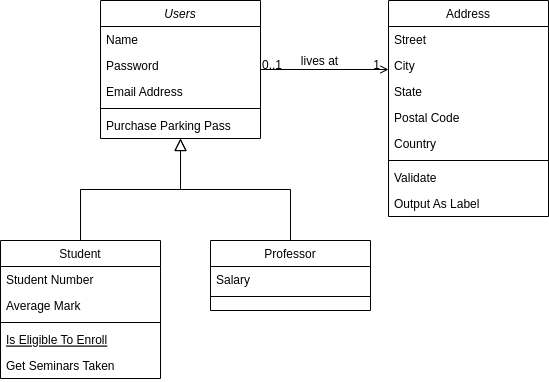
Before: Netflix_class_Diagram.drawio.png, a diagram exported from draw.io (CODEr-SaNjU/system_design_pattern). Source tidied: cells renumbered, new cells last; positions are measured from the earlier drawing's top-left corner, leaving out a move shared by most shapes. Its diagram source:
```xml
<mxGraphModel>
  <root>
    <mxCell id="0" />
    <mxCell id="1" parent="0" />
    <mxCell id="2" value="Users" style="swimlane;fontStyle=2;align=center;verticalAlign=top;horizontal=1;startSize=26;rounded=0;shadow=0;strokeWidth=1;" parent="1" vertex="1">
      <mxGeometry x="100" width="160" height="138" as="geometry" />
    </mxCell>
    <mxCell id="3" value="Name" style="text;align=left;verticalAlign=top;spacingLeft=4;spacingRight=4;overflow=hidden;" parent="2" vertex="1">
      <mxGeometry y="26" width="160" height="26" as="geometry" />
    </mxCell>
    <mxCell id="4" value="Password" style="text;align=left;verticalAlign=top;spacingLeft=4;spacingRight=4;overflow=hidden;rounded=0;shadow=0;html=0;" parent="2" vertex="1">
      <mxGeometry y="52" width="160" height="26" as="geometry" />
    </mxCell>
    <mxCell id="5" value="Email Address" style="text;align=left;verticalAlign=top;spacingLeft=4;spacingRight=4;overflow=hidden;rounded=0;shadow=0;html=0;" parent="2" vertex="1">
      <mxGeometry y="78" width="160" height="26" as="geometry" />
    </mxCell>
    <mxCell id="6" style="line;html=1;strokeWidth=1;align=left;verticalAlign=middle;spacingTop=-1;spacingLeft=3;spacingRight=3;labelPosition=right;" parent="2" vertex="1">
      <mxGeometry y="104" width="160" height="8" as="geometry" />
    </mxCell>
    <mxCell id="7" value="Purchase Parking Pass" style="text;align=left;verticalAlign=top;spacingLeft=4;spacingRight=4;overflow=hidden;" parent="2" vertex="1">
      <mxGeometry y="112" width="160" height="26" as="geometry" />
    </mxCell>
    <mxCell id="8" value="Student" style="swimlane;fontStyle=0;align=center;verticalAlign=top;horizontal=1;startSize=26;rounded=0;shadow=0;strokeWidth=1;" parent="1" vertex="1">
      <mxGeometry y="240" width="160" height="138" as="geometry" />
    </mxCell>
    <mxCell id="9" value="Student Number" style="text;align=left;verticalAlign=top;spacingLeft=4;spacingRight=4;overflow=hidden;" parent="8" vertex="1">
      <mxGeometry y="26" width="160" height="26" as="geometry" />
    </mxCell>
    <mxCell id="10" value="Average Mark" style="text;align=left;verticalAlign=top;spacingLeft=4;spacingRight=4;overflow=hidden;rounded=0;shadow=0;html=0;" parent="8" vertex="1">
      <mxGeometry y="52" width="160" height="26" as="geometry" />
    </mxCell>
    <mxCell id="11" style="line;html=1;strokeWidth=1;align=left;verticalAlign=middle;spacingTop=-1;spacingLeft=3;spacingRight=3;labelPosition=right;" parent="8" vertex="1">
      <mxGeometry y="78" width="160" height="8" as="geometry" />
    </mxCell>
    <mxCell id="12" value="Is Eligible To Enroll" style="text;align=left;verticalAlign=top;spacingLeft=4;spacingRight=4;overflow=hidden;fontStyle=4;" parent="8" vertex="1">
      <mxGeometry y="86" width="160" height="26" as="geometry" />
    </mxCell>
    <mxCell id="13" value="Get Seminars Taken" style="text;align=left;verticalAlign=top;spacingLeft=4;spacingRight=4;overflow=hidden;" parent="8" vertex="1">
      <mxGeometry y="112" width="160" height="26" as="geometry" />
    </mxCell>
    <mxCell id="14" style="endArrow=block;endSize=10;endFill=0;shadow=0;strokeWidth=1;rounded=0;edgeStyle=elbowEdgeStyle;elbow=vertical;" parent="1" edge="1" source="8" target="2">
      <mxGeometry relative="1" as="geometry" />
    </mxCell>
    <mxCell id="15" value="Professor" style="swimlane;fontStyle=0;align=center;verticalAlign=top;horizontal=1;startSize=26;rounded=0;shadow=0;strokeWidth=1;" parent="1" vertex="1">
      <mxGeometry x="210" y="240" width="160" height="70" as="geometry" />
    </mxCell>
    <mxCell id="16" value="Salary" style="text;align=left;verticalAlign=top;spacingLeft=4;spacingRight=4;overflow=hidden;" parent="15" vertex="1">
      <mxGeometry y="26" width="160" height="26" as="geometry" />
    </mxCell>
    <mxCell id="17" style="line;html=1;strokeWidth=1;align=left;verticalAlign=middle;spacingTop=-1;spacingLeft=3;spacingRight=3;labelPosition=right;" parent="15" vertex="1">
      <mxGeometry y="52" width="160" height="8" as="geometry" />
    </mxCell>
    <mxCell id="18" style="endArrow=block;endSize=10;endFill=0;shadow=0;strokeWidth=1;rounded=0;edgeStyle=elbowEdgeStyle;elbow=vertical;" parent="1" edge="1" source="15" target="2">
      <mxGeometry relative="1" as="geometry" />
    </mxCell>
    <mxCell id="19" value="Address" style="swimlane;fontStyle=0;align=center;verticalAlign=top;horizontal=1;startSize=26;rounded=0;shadow=0;strokeWidth=1;" parent="1" vertex="1">
      <mxGeometry x="388" width="160" height="216" as="geometry" />
    </mxCell>
    <mxCell id="20" value="Street" style="text;align=left;verticalAlign=top;spacingLeft=4;spacingRight=4;overflow=hidden;" parent="19" vertex="1">
      <mxGeometry y="26" width="160" height="26" as="geometry" />
    </mxCell>
    <mxCell id="21" value="City" style="text;align=left;verticalAlign=top;spacingLeft=4;spacingRight=4;overflow=hidden;rounded=0;shadow=0;html=0;" parent="19" vertex="1">
      <mxGeometry y="52" width="160" height="26" as="geometry" />
    </mxCell>
    <mxCell id="22" value="State" style="text;align=left;verticalAlign=top;spacingLeft=4;spacingRight=4;overflow=hidden;rounded=0;shadow=0;html=0;" parent="19" vertex="1">
      <mxGeometry y="78" width="160" height="26" as="geometry" />
    </mxCell>
    <mxCell id="23" value="Postal Code" style="text;align=left;verticalAlign=top;spacingLeft=4;spacingRight=4;overflow=hidden;rounded=0;shadow=0;html=0;" parent="19" vertex="1">
      <mxGeometry y="104" width="160" height="26" as="geometry" />
    </mxCell>
    <mxCell id="24" value="Country" style="text;align=left;verticalAlign=top;spacingLeft=4;spacingRight=4;overflow=hidden;rounded=0;shadow=0;html=0;" parent="19" vertex="1">
      <mxGeometry y="130" width="160" height="26" as="geometry" />
    </mxCell>
    <mxCell id="25" style="line;html=1;strokeWidth=1;align=left;verticalAlign=middle;spacingTop=-1;spacingLeft=3;spacingRight=3;labelPosition=right;" parent="19" vertex="1">
      <mxGeometry y="156" width="160" height="8" as="geometry" />
    </mxCell>
    <mxCell id="26" value="Validate" style="text;align=left;verticalAlign=top;spacingLeft=4;spacingRight=4;overflow=hidden;" parent="19" vertex="1">
      <mxGeometry y="164" width="160" height="26" as="geometry" />
    </mxCell>
    <mxCell id="27" value="Output As Label" style="text;align=left;verticalAlign=top;spacingLeft=4;spacingRight=4;overflow=hidden;" parent="19" vertex="1">
      <mxGeometry y="190" width="160" height="26" as="geometry" />
    </mxCell>
    <mxCell id="28" style="endArrow=open;shadow=0;strokeWidth=1;rounded=0;endFill=1;edgeStyle=elbowEdgeStyle;elbow=vertical;" parent="1" edge="1" source="2" target="19">
      <mxGeometry x="0.5" y="41" relative="1" as="geometry">
        <mxPoint x="-40" y="32" as="offset" />
      </mxGeometry>
    </mxCell>
    <mxCell id="29" value="0..1" style="align=left;verticalAlign=bottom;labelBackgroundColor=none;fontSize=12;" parent="28" vertex="1">
      <mxGeometry x="-1" relative="1" as="geometry">
        <mxPoint y="4" as="offset" />
      </mxGeometry>
    </mxCell>
    <mxCell id="30" value="1" style="align=right;verticalAlign=bottom;labelBackgroundColor=none;fontSize=12;" parent="28" vertex="1">
      <mxGeometry x="1" relative="1" as="geometry">
        <mxPoint x="-7" y="4" as="offset" />
      </mxGeometry>
    </mxCell>
    <mxCell id="31" value="lives at" style="text;html=1;align=center;verticalAlign=middle;labelBackgroundColor=none;rounded=0;shadow=0;strokeWidth=1;fontSize=12;" parent="28" vertex="1">
      <mxGeometry x="0.5" y="49" relative="1" as="geometry">
        <mxPoint x="-38" y="40" as="offset" />
      </mxGeometry>
    </mxCell>
  </root>
</mxGraphModel>
```
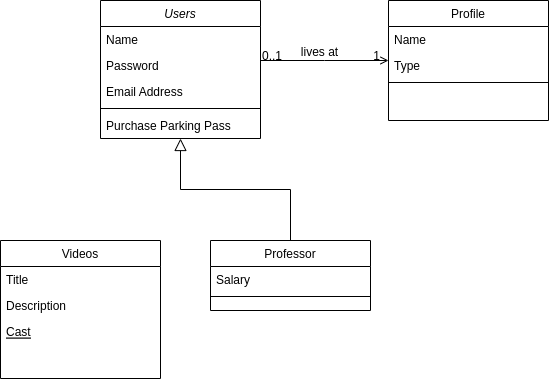
After the commit.

Diff of the diagram source:
```diff
@@ -20,27 +20,18 @@
     <mxCell id="7" value="Purchase Parking Pass" style="text;align=left;verticalAlign=top;spacingLeft=4;spacingRight=4;overflow=hidden;" parent="2" vertex="1">
       <mxGeometry y="112" width="160" height="26" as="geometry" />
     </mxCell>
-    <mxCell id="8" value="Student" style="swimlane;fontStyle=0;align=center;verticalAlign=top;horizontal=1;startSize=26;rounded=0;shadow=0;strokeWidth=1;" parent="1" vertex="1">
+    <mxCell id="8" value="Videos" style="swimlane;fontStyle=0;align=center;verticalAlign=top;horizontal=1;startSize=26;rounded=0;shadow=0;strokeWidth=1;" parent="1" vertex="1">
       <mxGeometry y="240" width="160" height="138" as="geometry" />
     </mxCell>
-    <mxCell id="9" value="Student Number" style="text;align=left;verticalAlign=top;spacingLeft=4;spacingRight=4;overflow=hidden;" parent="8" vertex="1">
+    <mxCell id="9" value="Title" style="text;align=left;verticalAlign=top;spacingLeft=4;spacingRight=4;overflow=hidden;" parent="8" vertex="1">
       <mxGeometry y="26" width="160" height="26" as="geometry" />
     </mxCell>
-    <mxCell id="10" value="Average Mark" style="text;align=left;verticalAlign=top;spacingLeft=4;spacingRight=4;overflow=hidden;rounded=0;shadow=0;html=0;" parent="8" vertex="1">
+    <mxCell id="10" value="Description" style="text;align=left;verticalAlign=top;spacingLeft=4;spacingRight=4;overflow=hidden;rounded=0;shadow=0;html=0;" parent="8" vertex="1">
       <mxGeometry y="52" width="160" height="26" as="geometry" />
     </mxCell>
-    <mxCell id="11" style="line;html=1;strokeWidth=1;align=left;verticalAlign=middle;spacingTop=-1;spacingLeft=3;spacingRight=3;labelPosition=right;" parent="8" vertex="1">
-      <mxGeometry y="78" width="160" height="8" as="geometry" />
-    </mxCell>
-    <mxCell id="12" value="Is Eligible To Enroll" style="text;align=left;verticalAlign=top;spacingLeft=4;spacingRight=4;overflow=hidden;fontStyle=4;" parent="8" vertex="1">
-      <mxGeometry y="86" width="160" height="26" as="geometry" />
+    <mxCell id="12" value="Cast" style="text;align=left;verticalAlign=top;spacingLeft=4;spacingRight=4;overflow=hidden;fontStyle=4;" parent="8" vertex="1">
+      <mxGeometry y="78" width="160" height="26" as="geometry" />
     </mxCell>
-    <mxCell id="13" value="Get Seminars Taken" style="text;align=left;verticalAlign=top;spacingLeft=4;spacingRight=4;overflow=hidden;" parent="8" vertex="1">
-      <mxGeometry y="112" width="160" height="26" as="geometry" />
-    </mxCell>
-    <mxCell id="14" style="endArrow=block;endSize=10;endFill=0;shadow=0;strokeWidth=1;rounded=0;edgeStyle=elbowEdgeStyle;elbow=vertical;" parent="1" edge="1" source="8" target="2">
-      <mxGeometry relative="1" as="geometry" />
-    </mxCell>
     <mxCell id="15" value="Professor" style="swimlane;fontStyle=0;align=center;verticalAlign=top;horizontal=1;startSize=26;rounded=0;shadow=0;strokeWidth=1;" parent="1" vertex="1">
       <mxGeometry x="210" y="240" width="160" height="70" as="geometry" />
     </mxCell>
@@ -53,33 +44,18 @@
     <mxCell id="18" style="endArrow=block;endSize=10;endFill=0;shadow=0;strokeWidth=1;rounded=0;edgeStyle=elbowEdgeStyle;elbow=vertical;" parent="1" edge="1" source="15" target="2">
       <mxGeometry relative="1" as="geometry" />
     </mxCell>
-    <mxCell id="19" value="Address" style="swimlane;fontStyle=0;align=center;verticalAlign=top;horizontal=1;startSize=26;rounded=0;shadow=0;strokeWidth=1;" parent="1" vertex="1">
-      <mxGeometry x="388" width="160" height="216" as="geometry" />
+    <mxCell id="19" value="Profile" style="swimlane;fontStyle=0;align=center;verticalAlign=top;horizontal=1;startSize=26;rounded=0;shadow=0;strokeWidth=1;" parent="1" vertex="1">
+      <mxGeometry x="388" width="160" height="120" as="geometry" />
     </mxCell>
-    <mxCell id="20" value="Street" style="text;align=left;verticalAlign=top;spacingLeft=4;spacingRight=4;overflow=hidden;" parent="19" vertex="1">
+    <mxCell id="20" value="Name " style="text;align=left;verticalAlign=top;spacingLeft=4;spacingRight=4;overflow=hidden;" parent="19" vertex="1">
       <mxGeometry y="26" width="160" height="26" as="geometry" />
     </mxCell>
-    <mxCell id="21" value="City" style="text;align=left;verticalAlign=top;spacingLeft=4;spacingRight=4;overflow=hidden;rounded=0;shadow=0;html=0;" parent="19" vertex="1">
+    <mxCell id="21" value="Type" style="text;align=left;verticalAlign=top;spacingLeft=4;spacingRight=4;overflow=hidden;rounded=0;shadow=0;html=0;" parent="19" vertex="1">
       <mxGeometry y="52" width="160" height="26" as="geometry" />
     </mxCell>
-    <mxCell id="22" value="State" style="text;align=left;verticalAlign=top;spacingLeft=4;spacingRight=4;overflow=hidden;rounded=0;shadow=0;html=0;" parent="19" vertex="1">
-      <mxGeometry y="78" width="160" height="26" as="geometry" />
-    </mxCell>
-    <mxCell id="23" value="Postal Code" style="text;align=left;verticalAlign=top;spacingLeft=4;spacingRight=4;overflow=hidden;rounded=0;shadow=0;html=0;" parent="19" vertex="1">
-      <mxGeometry y="104" width="160" height="26" as="geometry" />
-    </mxCell>
-    <mxCell id="24" value="Country" style="text;align=left;verticalAlign=top;spacingLeft=4;spacingRight=4;overflow=hidden;rounded=0;shadow=0;html=0;" parent="19" vertex="1">
-      <mxGeometry y="130" width="160" height="26" as="geometry" />
-    </mxCell>
     <mxCell id="25" style="line;html=1;strokeWidth=1;align=left;verticalAlign=middle;spacingTop=-1;spacingLeft=3;spacingRight=3;labelPosition=right;" parent="19" vertex="1">
-      <mxGeometry y="156" width="160" height="8" as="geometry" />
+      <mxGeometry y="78" width="160" height="8" as="geometry" />
     </mxCell>
-    <mxCell id="26" value="Validate" style="text;align=left;verticalAlign=top;spacingLeft=4;spacingRight=4;overflow=hidden;" parent="19" vertex="1">
-      <mxGeometry y="164" width="160" height="26" as="geometry" />
-    </mxCell>
-    <mxCell id="27" value="Output As Label" style="text;align=left;verticalAlign=top;spacingLeft=4;spacingRight=4;overflow=hidden;" parent="19" vertex="1">
-      <mxGeometry y="190" width="160" height="26" as="geometry" />
-    </mxCell>
     <mxCell id="28" style="endArrow=open;shadow=0;strokeWidth=1;rounded=0;endFill=1;edgeStyle=elbowEdgeStyle;elbow=vertical;" parent="1" edge="1" source="2" target="19">
       <mxGeometry x="0.5" y="41" relative="1" as="geometry">
         <mxPoint x="-40" y="32" as="offset" />
```
